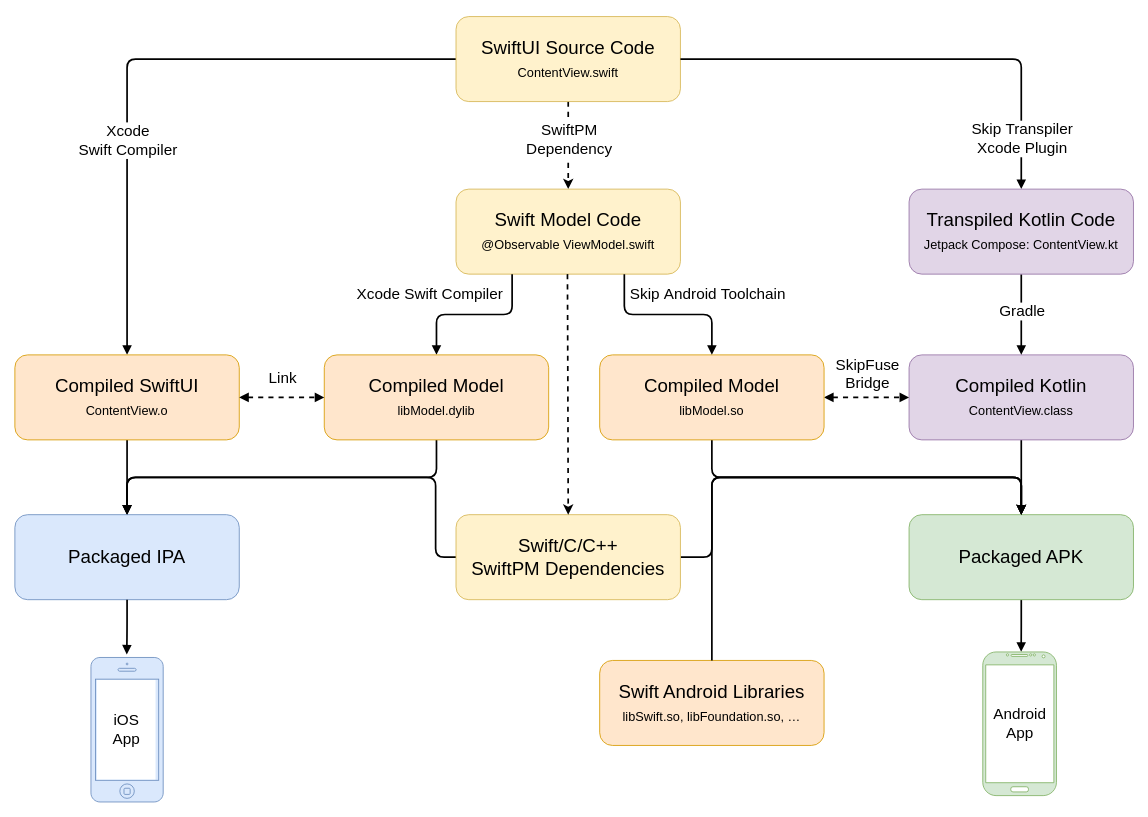
skiptools/assets.skip.tools keeps this draw.io diagram as page "native" (11 of 11) of diagrams/skip-diagrams.drawio. Above is the earlier version. Source tidied: cells renumbered, new cells numbered last; positions are measured from the earlier drawing's top-left corner, leaving out a move shared by most shapes. Both pictures are drawn from the tidied source at 85%, with x=0, y=0 at pixel (14, 16).
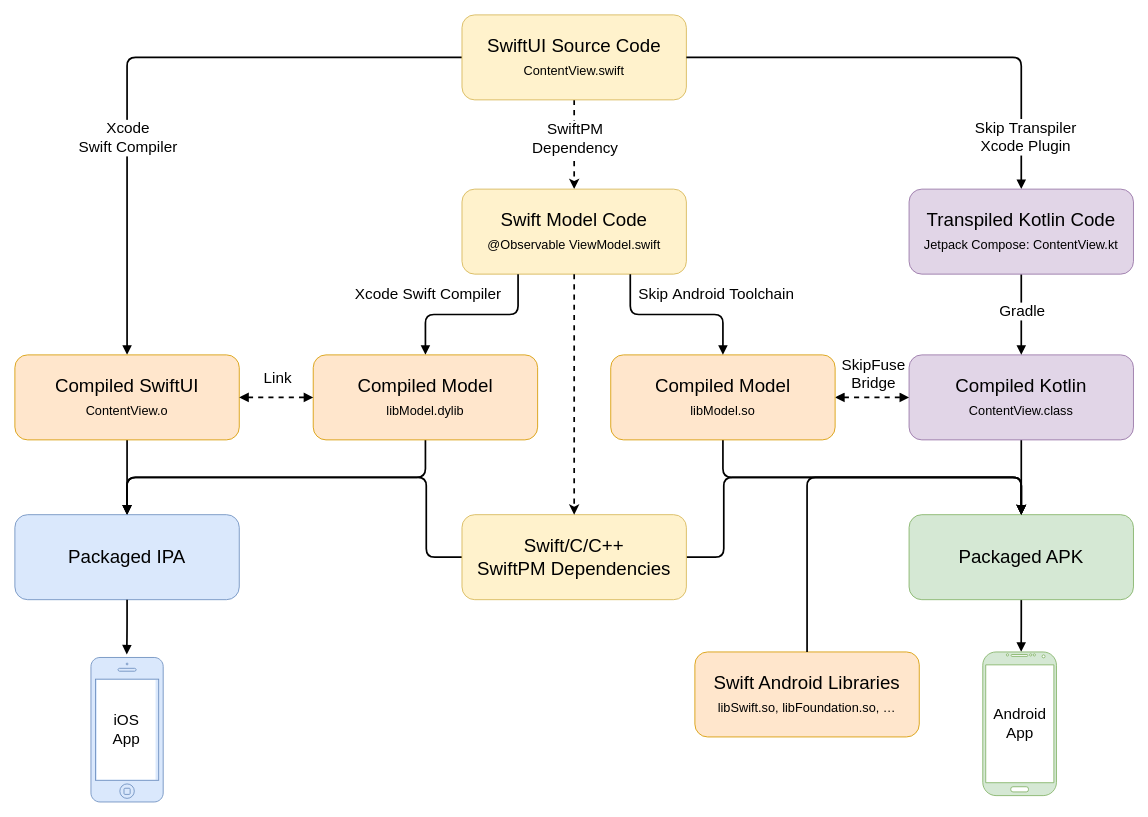
The same diagram, later.

Unchanged cells that the change refers to:
```xml
<mxCell id="10" value="Packaged APK" style="rounded=1;whiteSpace=wrap;html=1;fontSize=22;fillColor=#d5e8d4;strokeColor=#82b366;" parent="1" vertex="1">
  <mxGeometry x="1052" y="586" width="264" height="100" as="geometry" />
</mxCell>
<mxCell id="32" value="Packaged IPA" style="rounded=1;whiteSpace=wrap;html=1;fontSize=22;fillColor=#dae8fc;strokeColor=#6c8ebf;" parent="1" vertex="1">
  <mxGeometry y="586" width="264" height="100" as="geometry" />
</mxCell>
```

Change to the diagram source:
```diff
@@
     <mxCell id="6" value="SwiftUI&lt;span style=&quot;background-color: initial;&quot;&gt;&amp;nbsp;Source Code&lt;/span&gt;&lt;div&gt;&lt;span style=&quot;background-color: initial;&quot;&gt;&lt;font style=&quot;font-size: 15px;&quot;&gt;ContentView.swift&lt;/font&gt;&lt;/span&gt;&lt;/div&gt;" style="rounded=1;whiteSpace=wrap;html=1;fontSize=22;fillColor=#fff2cc;strokeColor=#d6b656;fillStyle=auto;" parent="1" vertex="1">
-      <mxGeometry x="519" width="264" height="100" as="geometry" />
+      <mxGeometry x="526" y="-2" width="264" height="100" as="geometry" />
     </mxCell>
@@
     <mxCell id="13" value="Swift Model Code&lt;div&gt;&lt;font style=&quot;&quot;&gt;&lt;font style=&quot;font-size: 15px;&quot;&gt;@Observable ViewModel.swift&lt;/font&gt;&lt;/font&gt;&lt;/div&gt;" style="rounded=1;whiteSpace=wrap;html=1;fontSize=22;fillColor=#fff2cc;strokeColor=#d6b656;fillStyle=auto;" parent="1" vertex="1">
-      <mxGeometry x="519" y="203" width="264" height="100" as="geometry" />
+      <mxGeometry x="526" y="203" width="264" height="100" as="geometry" />
     </mxCell>
@@
     <mxCell id="19" value="Compiled Model&lt;div&gt;&lt;font style=&quot;font-size: 15px;&quot;&gt;libModel.so&lt;/font&gt;&lt;/div&gt;" style="rounded=1;whiteSpace=wrap;html=1;fontSize=22;fillColor=#ffe6cc;strokeColor=#d79b00;" parent="1" vertex="1">
-      <mxGeometry x="688" y="398" width="264" height="100" as="geometry" />
+      <mxGeometry x="701" y="398" width="264" height="100" as="geometry" />
     </mxCell>
@@
     <mxCell id="25" value="Compiled Model&lt;div&gt;&lt;font style=&quot;font-size: 15px;&quot;&gt;libModel.dylib&lt;/font&gt;&lt;/div&gt;" style="rounded=1;whiteSpace=wrap;html=1;fontSize=22;fillColor=#ffe6cc;strokeColor=#d79b00;" parent="1" vertex="1">
-      <mxGeometry x="364" y="398" width="264" height="100" as="geometry" />
+      <mxGeometry x="351" y="398" width="264" height="100" as="geometry" />
     </mxCell>
@@
     <mxCell id="39" style="edgeStyle=orthogonalEdgeStyle;rounded=1;jettySize=auto;html=1;exitX=1;exitY=0.5;exitDx=0;exitDy=0;entryX=0.5;entryY=0;entryDx=0;entryDy=0;curved=0;strokeWidth=2;" parent="1" edge="1" source="41" target="10">
       <mxGeometry relative="1" as="geometry">
         <Array as="points">
-          <mxPoint x="820" y="636" />
-          <mxPoint x="820" y="542" />
+          <mxPoint x="834" y="636" />
+          <mxPoint x="834" y="542" />
           <mxPoint x="1184" y="542" />
         </Array>
       </mxGeometry>
     </mxCell>
     <mxCell id="40" style="edgeStyle=orthogonalEdgeStyle;rounded=1;jettySize=auto;html=1;exitX=0;exitY=0.5;exitDx=0;exitDy=0;entryX=0.5;entryY=0;entryDx=0;entryDy=0;strokeWidth=2;curved=0;endArrow=block;endFill=1;" parent="1" edge="1" source="41" target="32">
       <mxGeometry relative="1" as="geometry">
         <Array as="points">
-          <mxPoint x="495" y="636" />
-          <mxPoint x="495" y="542" />
+          <mxPoint x="484" y="636" />
+          <mxPoint x="484" y="542" />
           <mxPoint x="132" y="542" />
         </Array>
       </mxGeometry>
     </mxCell>
     <mxCell id="41" value="&lt;div&gt;&lt;font style=&quot;&quot;&gt;Swift/C/C++&lt;/font&gt;&lt;/div&gt;&lt;div&gt;&lt;font style=&quot;&quot;&gt;SwiftPM Dependencies&lt;/font&gt;&lt;/div&gt;" style="rounded=1;whiteSpace=wrap;html=1;fontSize=22;fillColor=#fff2cc;strokeColor=#d6b656;" parent="1" vertex="1">
-      <mxGeometry x="519" y="586" width="264" height="100" as="geometry" />
+      <mxGeometry x="526" y="586" width="264" height="100" as="geometry" />
     </mxCell>
-    <mxCell id="42" style="edgeStyle=orthogonalEdgeStyle;rounded=0;jettySize=auto;html=1;exitX=0.5;exitY=1;exitDx=0;exitDy=0;entryX=0.5;entryY=0;entryDx=0;entryDy=0;dashed=1;strokeWidth=2;" parent="1" edge="1" target="41">
-      <mxGeometry relative="1" as="geometry">
-        <mxPoint x="650.1" y="303" as="sourcePoint" />
-      </mxGeometry>
+    <mxCell id="42" style="edgeStyle=orthogonalEdgeStyle;rounded=0;jettySize=auto;html=1;exitX=0.5;exitY=1;exitDx=0;exitDy=0;entryX=0.5;entryY=0;entryDx=0;entryDy=0;dashed=1;strokeWidth=2;" parent="1" edge="1" source="13" target="41">
+      <mxGeometry relative="1" as="geometry" />
     </mxCell>
     <mxCell id="43" value="Swift Android Libraries&lt;div&gt;&lt;font style=&quot;font-size: 15px;&quot;&gt;libSwift.so,&amp;nbsp;&lt;/font&gt;&lt;span style=&quot;font-size: 15px; background-color: initial;&quot;&gt;libFoundation.so, …&lt;/span&gt;&lt;/div&gt;" style="rounded=1;whiteSpace=wrap;html=1;fontSize=22;fillColor=#ffe6cc;strokeColor=#d79b00;" parent="1" vertex="1">
-      <mxGeometry x="688" y="757.5" width="264" height="100" as="geometry" />
+      <mxGeometry x="800" y="747.5" width="264" height="100" as="geometry" />
     </mxCell>
     <mxCell id="44" style="edgeStyle=orthogonalEdgeStyle;rounded=1;jettySize=auto;html=1;exitX=0.5;exitY=0;exitDx=0;exitDy=0;entryX=0.5;entryY=0;entryDx=0;entryDy=0;strokeWidth=2;curved=0;endArrow=block;endFill=1;" parent="1" edge="1" source="43" target="10">
       <mxGeometry relative="1" as="geometry">
         <Array as="points">
-          <mxPoint x="820" y="542" />
+          <mxPoint x="932" y="542" />
           <mxPoint x="1184" y="542" />
         </Array>
       </mxGeometry>
     </mxCell>
```
